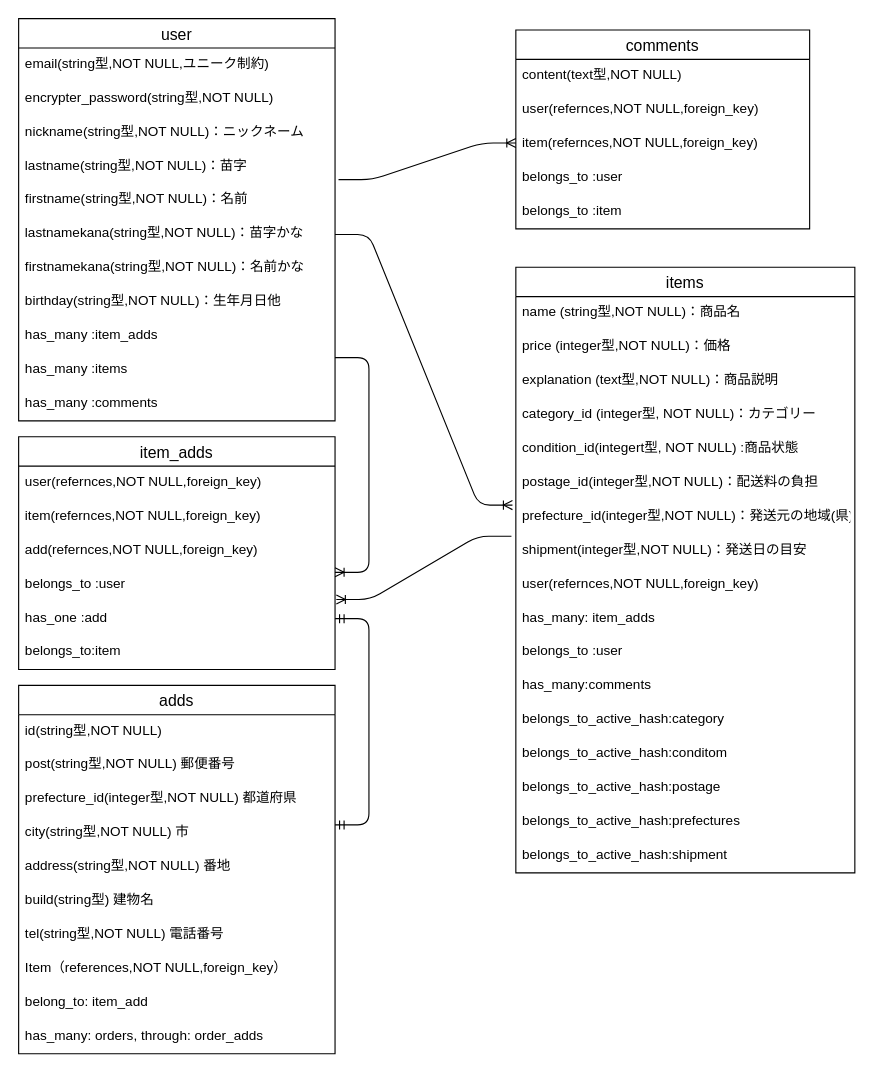
Earlier version of the draw.io diagram ER.dio (bitich/furima-39113). Source tidied: cells renumbered, new cells numbered last; positions are measured from the earlier drawing's top-left corner, leaving out a move shared by most shapes. Both pictures are drawn from the tidied source at 113%, with x=0, y=0 at pixel (18, 18).
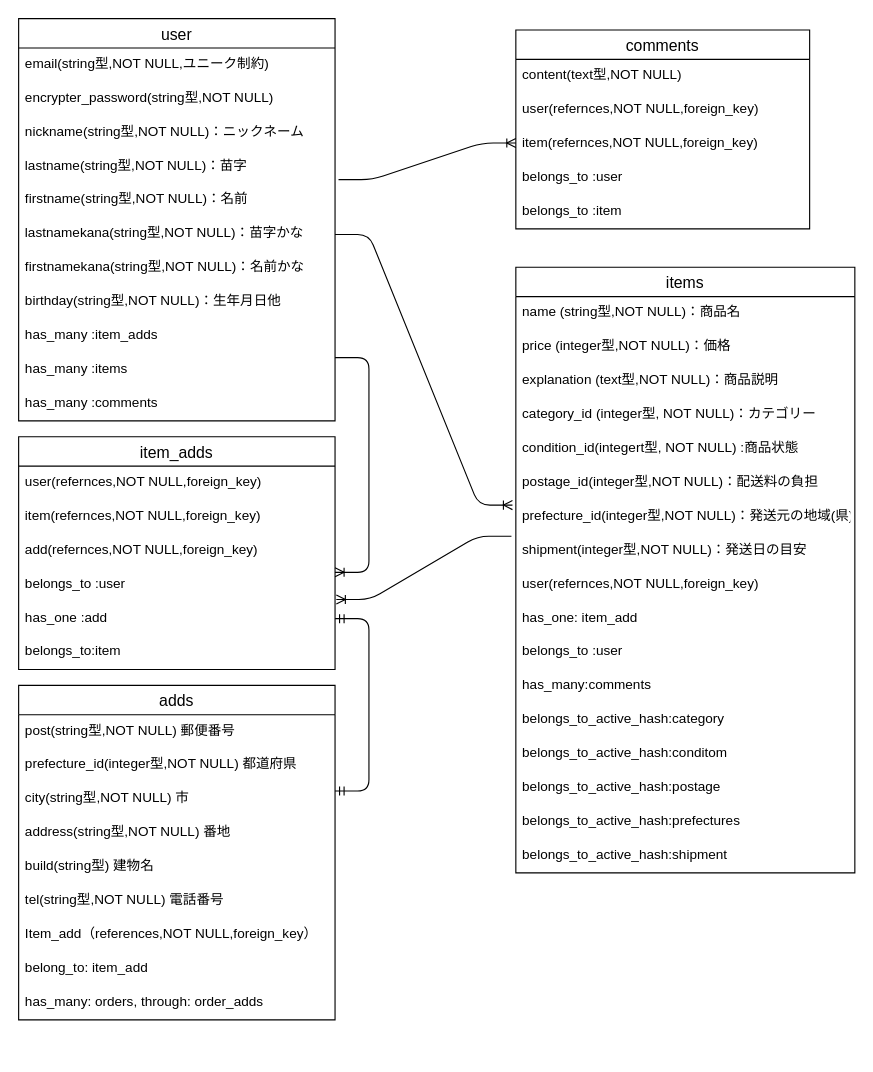
After the change.

Commit message (it also covers changes not shown here):
ER図、README修正（３回目）

Unchanged cells that the change refers to:
```xml
<mxCell id="14" value="items" style="swimlane;fontStyle=0;horizontal=1;startSize=26;align=center;fontSize=14;" parent="1" vertex="1">
  <mxGeometry x="440" y="220" width="300" height="536" as="geometry" />
</mxCell>
```

The edit, as a diff of the source:
```diff
@@
-    <mxCell id="24" value="has_many: item_adds" style="text;strokeColor=none;fillColor=none;spacingLeft=4;spacingRight=4;overflow=hidden;fontSize=12;" parent="14" vertex="1">
+    <mxCell id="24" value="has_one: item_add" style="text;strokeColor=none;fillColor=none;spacingLeft=4;spacingRight=4;overflow=hidden;fontSize=12;" parent="14" vertex="1">
       <mxGeometry y="296" width="300" height="30" as="geometry" />
     </mxCell>
@@
     <mxCell id="32" value="adds" style="swimlane;fontStyle=0;horizontal=1;startSize=26;align=center;fontSize=14;" parent="1" vertex="1">
-      <mxGeometry y="590" width="280" height="326" as="geometry" />
+      <mxGeometry y="590" width="280" height="296" as="geometry" />
     </mxCell>
-    <mxCell id="33" value="id(string型,NOT NULL)" style="text;strokeColor=none;fillColor=none;spacingLeft=4;spacingRight=4;overflow=hidden;fontSize=12;" parent="32" vertex="1">
-      <mxGeometry y="26" width="280" height="30" as="geometry" />
-    </mxCell>
     <mxCell id="34" value="post(string型,NOT NULL) 郵便番号" style="text;strokeColor=none;fillColor=none;spacingLeft=4;spacingRight=4;overflow=hidden;fontSize=12;fontStyle=0;" parent="32" vertex="1">
-      <mxGeometry y="56" width="280" height="30" as="geometry" />
+      <mxGeometry y="26" width="280" height="30" as="geometry" />
     </mxCell>
     <mxCell id="35" value="prefecture_id(integer型,NOT NULL) 都道府県" style="text;strokeColor=none;fillColor=none;spacingLeft=4;spacingRight=4;overflow=hidden;fontSize=12;" parent="32" vertex="1">
-      <mxGeometry y="86" width="280" height="30" as="geometry" />
+      <mxGeometry y="56" width="280" height="30" as="geometry" />
     </mxCell>
     <mxCell id="36" value="city(string型,NOT NULL) 市" style="text;strokeColor=none;fillColor=none;spacingLeft=4;spacingRight=4;overflow=hidden;points=[[0,0.5],[1,0.5]];portConstraint=eastwest;fontSize=12;" parent="32" vertex="1">
-      <mxGeometry y="116" width="280" height="30" as="geometry" />
+      <mxGeometry y="86" width="280" height="30" as="geometry" />
     </mxCell>
     <mxCell id="37" value="address(string型,NOT NULL) 番地" style="text;strokeColor=none;fillColor=none;spacingLeft=4;spacingRight=4;overflow=hidden;fontSize=12;rounded=1;" parent="32" vertex="1">
-      <mxGeometry y="146" width="280" height="30" as="geometry" />
+      <mxGeometry y="116" width="280" height="30" as="geometry" />
     </mxCell>
     <mxCell id="38" value="build(string型) 建物名" style="text;strokeColor=none;fillColor=none;spacingLeft=4;spacingRight=4;overflow=hidden;fontSize=12;rounded=1;" parent="32" vertex="1">
-      <mxGeometry y="176" width="280" height="30" as="geometry" />
+      <mxGeometry y="146" width="280" height="30" as="geometry" />
     </mxCell>
     <mxCell id="39" value="tel(string型,NOT NULL) 電話番号" style="text;strokeColor=none;fillColor=none;spacingLeft=4;spacingRight=4;overflow=hidden;fontSize=12;rounded=1;" parent="32" vertex="1">
-      <mxGeometry y="206" width="280" height="30" as="geometry" />
+      <mxGeometry y="176" width="280" height="30" as="geometry" />
     </mxCell>
-    <mxCell id="40" value="Item（references,NOT NULL,foreign_key）" style="text;strokeColor=none;fillColor=none;spacingLeft=4;spacingRight=4;overflow=hidden;fontSize=12;" parent="32" vertex="1">
-      <mxGeometry y="236" width="280" height="30" as="geometry" />
+    <mxCell id="40" value="Item_add（references,NOT NULL,foreign_key）" style="text;strokeColor=none;fillColor=none;spacingLeft=4;spacingRight=4;overflow=hidden;fontSize=12;" parent="32" vertex="1">
+      <mxGeometry y="206" width="280" height="30" as="geometry" />
     </mxCell>
     <mxCell id="41" value="belong_to: item_add" style="text;strokeColor=none;fillColor=none;spacingLeft=4;spacingRight=4;overflow=hidden;fontSize=12;" parent="32" vertex="1">
-      <mxGeometry y="266" width="280" height="30" as="geometry" />
+      <mxGeometry y="236" width="280" height="30" as="geometry" />
     </mxCell>
     <mxCell id="42" value="has_many: orders, through: order_adds" style="text;strokeColor=none;fillColor=none;spacingLeft=4;spacingRight=4;overflow=hidden;fontSize=12;" parent="32" vertex="1">
-      <mxGeometry y="296" width="280" height="30" as="geometry" />
+      <mxGeometry y="266" width="280" height="30" as="geometry" />
     </mxCell>
```
